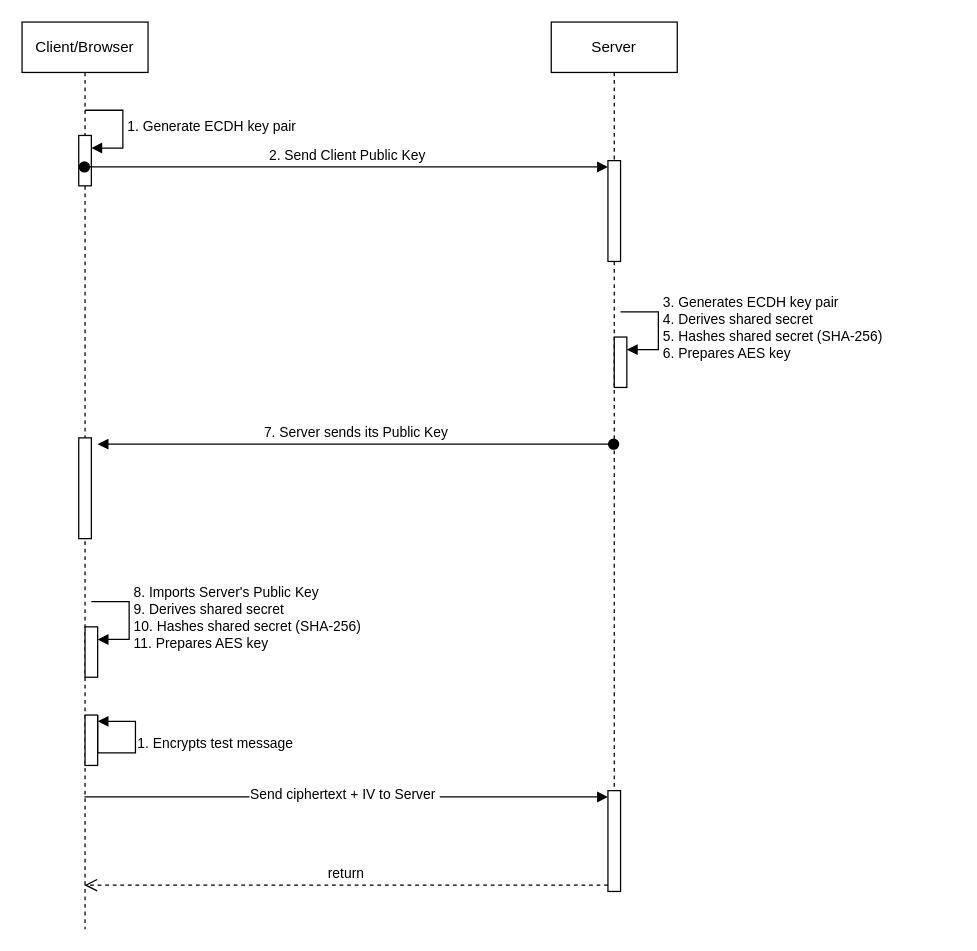
This is hybrid-cryptography/Untitled Diagram.drawio from m-thirumal/cryptography, a draw.io file, before an edit. Source tidied: cells renumbered, new cells numbered last; positions are measured from the earlier drawing's top-left corner, leaving out a move shared by most shapes. Both pictures are drawn from the tidied source at 126%, with x=0, y=0 at pixel (21, 21).
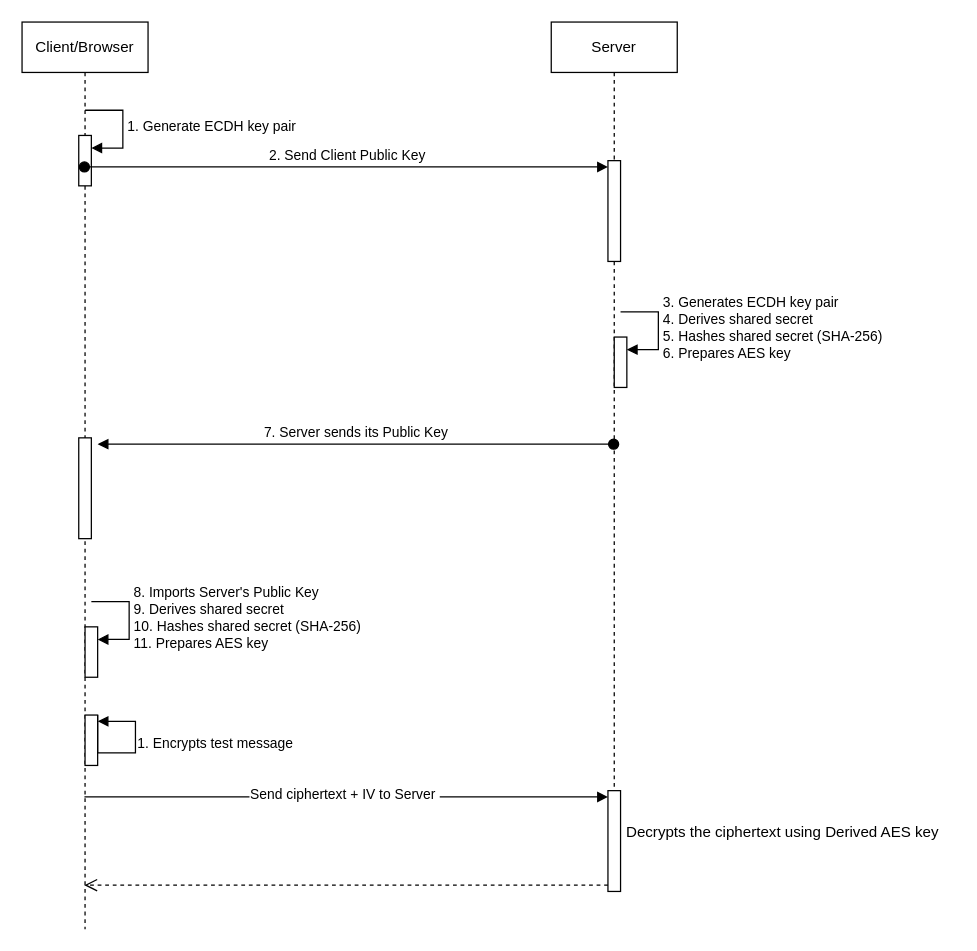
The same page after the edit.

Unchanged cells that the change refers to:
```xml
<mxCell id="2" value="Client/Browser" style="shape=umlLifeline;perimeter=lifelinePerimeter;whiteSpace=wrap;html=1;outlineConnect=0;portConstraint=eastwest;newEdgeStyle={&quot;curved&quot;:0,&quot;rounded&quot;:0};" parent="1" vertex="1">
  <mxGeometry width="100" height="720" as="geometry" />
</mxCell>
<mxCell id="14" style="html=1;points=[[0,0,0,0,5],[0,1,0,0,-5],[1,0,0,0,5],[1,1,0,0,-5]];perimeter=orthogonalPerimeter;outlineConnect=0;targetShapes=umlLifeline;portConstraint=eastwest;newEdgeStyle={&quot;curved&quot;:0,&quot;rounded&quot;:0};" parent="10" vertex="1">
  <mxGeometry x="45" y="610" width="10" height="80" as="geometry" />
</mxCell>
```

What changed in the source:
```diff
@@
-    <mxCell id="19" value="return" style="html=1;verticalAlign=bottom;endArrow=open;dashed=1;endSize=8;curved=0;rounded=0;exitX=0;exitY=1;exitDx=0;exitDy=-5;" parent="1" edge="1" source="14" target="2">
+    <mxCell id="19" style="html=1;verticalAlign=bottom;endArrow=open;dashed=1;endSize=8;curved=0;rounded=0;exitX=0;exitY=1;exitDx=0;exitDy=-5;" parent="1" edge="1" source="14" target="2">
       <mxGeometry relative="1" as="geometry" />
     </mxCell>
+    <mxCell id="20" value="&amp;nbsp; &amp;nbsp; &amp;nbsp; &amp;nbsp; &amp;nbsp; &amp;nbsp; &amp;nbsp; &amp;nbsp; &amp;nbsp; &amp;nbsp; &amp;nbsp; &amp;nbsp; &amp;nbsp; &amp;nbsp; &amp;nbsp; &amp;nbsp; &amp;nbsp; &amp;nbsp; &amp;nbsp; &amp;nbsp; &amp;nbsp; &amp;nbsp; &amp;nbsp; &amp;nbsp; &amp;nbsp; &amp;nbsp; &amp;nbsp; &amp;nbsp; &amp;nbsp; &amp;nbsp; &amp;nbsp; &amp;nbsp; &amp;nbsp; &amp;nbsp; &amp;nbsp; &amp;nbsp; &amp;nbsp; Decrypts the ciphertext using Derived AES key" style="text;html=1;align=center;verticalAlign=middle;strokeColor=none;fillColor=none;" parent="1" vertex="1">
+      <mxGeometry x="220" y="628" width="520" height="30" as="geometry" />
+    </mxCell>
```
